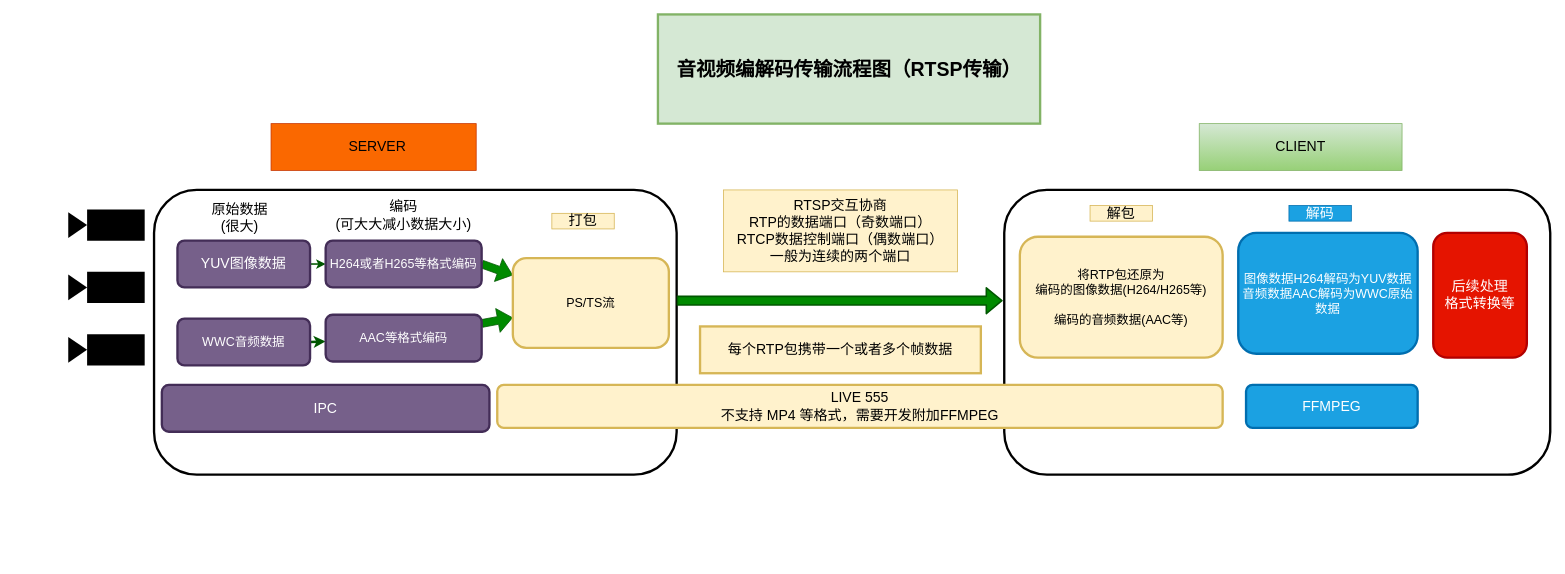
Jacksliwen/Jacksliwen keeps this draw.io diagram as 音视频编解码传输流程图（RTSP传输）.drawio. Above is the earlier version. Source tidied: cells renumbered, new cells numbered last; positions are measured from the earlier drawing's top-left corner, leaving out a move shared by most shapes. Both pictures are drawn from the tidied source at 78%, with x=0, y=0 at pixel (68, 14).
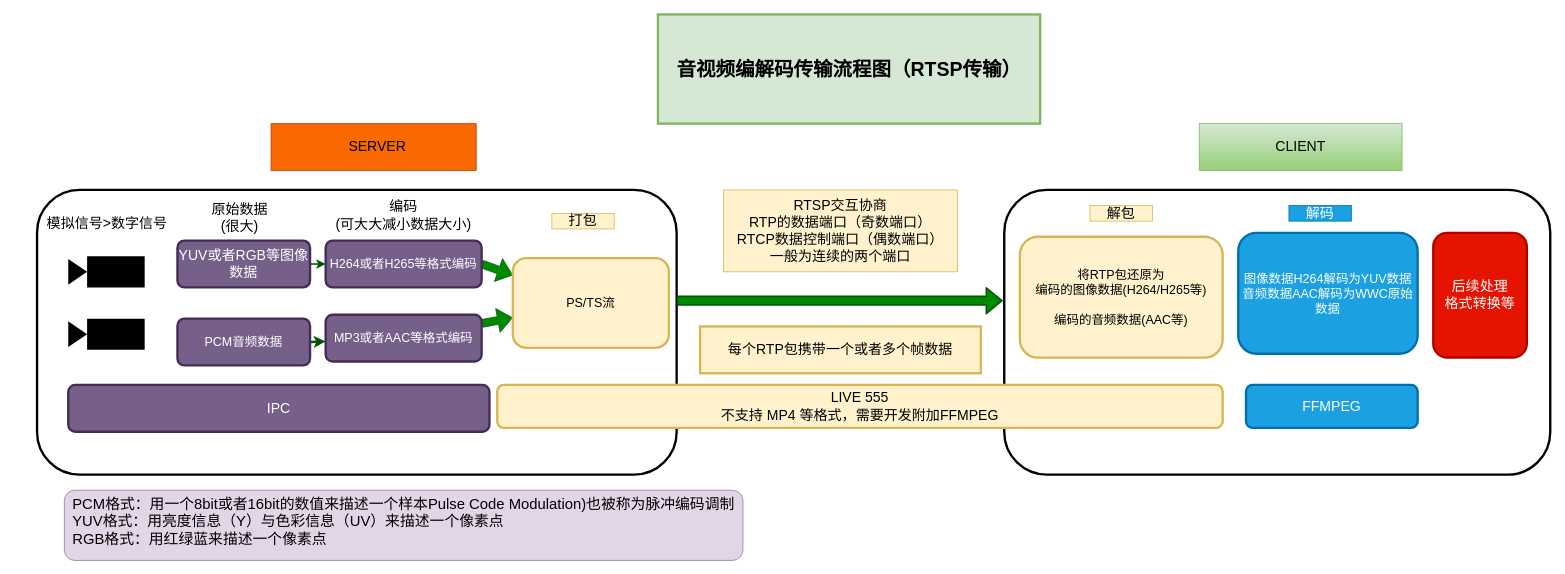
The same page after the edit.

Commit message (it also covers changes not shown here):
Update 音视频编解码传输流程图（RTSP传输）.drawio

Change to the diagram source:
```diff
@@
     <mxCell id="5" style="rounded=1;whiteSpace=wrap;html=1;fontSize=18;strokeWidth=3;" parent="1" vertex="1">
-      <mxGeometry x="110" y="225" width="670" height="365" as="geometry" />
+      <mxGeometry x="-40" y="225" width="820" height="365" as="geometry" />
     </mxCell>
@@
-    <mxCell id="7" value="YUV图像数据" style="rounded=1;whiteSpace=wrap;html=1;fontSize=18;strokeWidth=3;fillColor=#76608a;strokeColor=#432D57;fontColor=#ffffff;" parent="1" vertex="1">
+    <mxCell id="7" value="YUV或者RGB等图像数据" style="rounded=1;whiteSpace=wrap;html=1;fontSize=18;strokeWidth=3;fillColor=#76608a;strokeColor=#432D57;fontColor=#ffffff;" parent="1" vertex="1">
       <mxGeometry x="140" y="290" width="170" height="60" as="geometry" />
     </mxCell>
@@
-    <mxCell id="9" value="WWC音频数据" style="rounded=1;whiteSpace=wrap;html=1;fontSize=16;strokeWidth=3;fillColor=#76608a;strokeColor=#432D57;fontColor=#ffffff;" parent="1" vertex="1">
+    <mxCell id="9" value="PCM音频数据" style="rounded=1;whiteSpace=wrap;html=1;fontSize=16;strokeWidth=3;fillColor=#76608a;strokeColor=#432D57;fontColor=#ffffff;" parent="1" vertex="1">
       <mxGeometry x="140" y="390" width="170" height="60" as="geometry" />
     </mxCell>
     <mxCell id="10" style="shape=mxgraph.signs.tech.video_camera;html=1;fillColor=#000000;strokeColor=none;verticalLabelPosition=bottom;verticalAlign=top;align=center;fontSize=16;rotation=-180;" parent="1" vertex="1">
-      <mxGeometry y="410" width="98" height="40" as="geometry" />
+      <mxGeometry y="390" width="98" height="40" as="geometry" />
     </mxCell>
     <mxCell id="11" style="shape=mxgraph.signs.tech.video_camera;html=1;fillColor=#000000;strokeColor=none;verticalLabelPosition=bottom;verticalAlign=top;align=center;fontSize=16;rotation=-180;" parent="1" vertex="1">
-      <mxGeometry y="330" width="98" height="40" as="geometry" />
+      <mxGeometry y="310" width="98" height="40" as="geometry" />
     </mxCell>
-    <mxCell id="12" style="shape=mxgraph.signs.tech.video_camera;html=1;fillColor=#000000;strokeColor=none;verticalLabelPosition=bottom;verticalAlign=top;align=center;fontSize=16;rotation=-180;" parent="1" vertex="1">
-      <mxGeometry y="250" width="98" height="40" as="geometry" />
-    </mxCell>
@@
-    <mxCell id="16" value="AAC等格式编码" style="rounded=1;whiteSpace=wrap;html=1;fontSize=16;strokeWidth=3;fillColor=#76608a;strokeColor=#432D57;fontColor=#ffffff;" parent="1" vertex="1">
+    <mxCell id="16" value="MP3或者AAC等格式编码" style="rounded=1;whiteSpace=wrap;html=1;fontSize=16;strokeWidth=3;fillColor=#76608a;strokeColor=#432D57;fontColor=#ffffff;" parent="1" vertex="1">
       <mxGeometry x="330" y="385" width="200" height="60" as="geometry" />
     </mxCell>
@@
     <mxCell id="31" value="IPC" style="rounded=1;whiteSpace=wrap;html=1;fontSize=18;strokeWidth=3;fillColor=#76608a;strokeColor=#432D57;fontColor=#ffffff;" parent="1" vertex="1">
-      <mxGeometry x="120" y="475" width="420" height="60" as="geometry" />
+      <mxGeometry y="475" width="540" height="60" as="geometry" />
     </mxCell>
@@
+    <mxCell id="34" value="&lt;div align=&quot;left&quot;&gt;PCM格式：用一个8bit或者16bit的数值来描述一个样本Pulse Code Modulation)也被称为脉冲编码调制&lt;/div&gt;&lt;div align=&quot;left&quot;&gt; YUV格式：用亮度信息（Y）与色彩信息（UV）来描述一个像素点&lt;/div&gt;&lt;div align=&quot;left&quot;&gt;RGB格式：用红绿蓝来描述一个像素点&lt;/div&gt;" style="rounded=1;whiteSpace=wrap;html=1;verticalAlign=top;fontSize=19;fillColor=#e1d5e7;strokeColor=#9673a6;" parent="1" vertex="1">
+      <mxGeometry x="-5" y="610" width="870" height="90" as="geometry" />
+    </mxCell>
+    <mxCell id="35" value="模拟信号&amp;gt;数字信号" style="text;html=1;strokeColor=none;fillColor=none;align=center;verticalAlign=middle;whiteSpace=wrap;rounded=0;fontSize=18;" parent="1" vertex="1">
+      <mxGeometry x="-70" y="245" width="240" height="45" as="geometry" />
+    </mxCell>
```
